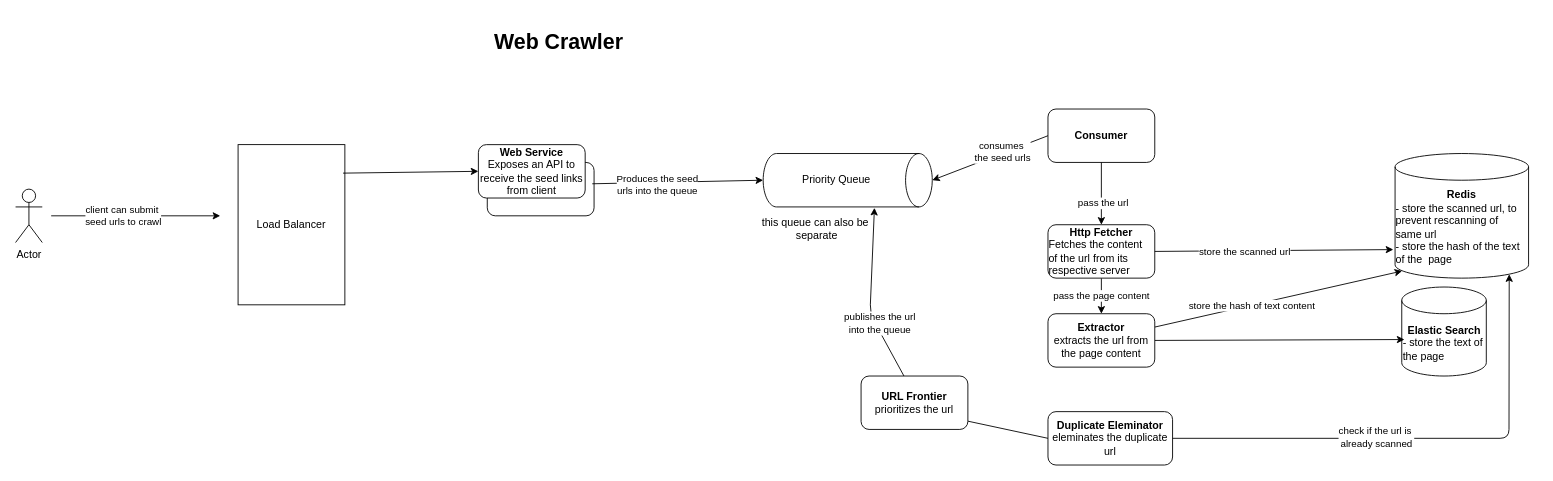
himkak/notes keeps this draw.io diagram as SystemDesign/WebCrawler/webCrawler.drawio. Above is the earlier version. Source tidied: cells renumbered, new cells numbered last; positions are measured from the earlier drawing's top-left corner, leaving out a move shared by most shapes. Both pictures are drawn from the tidied source at 89%, with x=0, y=0 at pixel (15, 20).
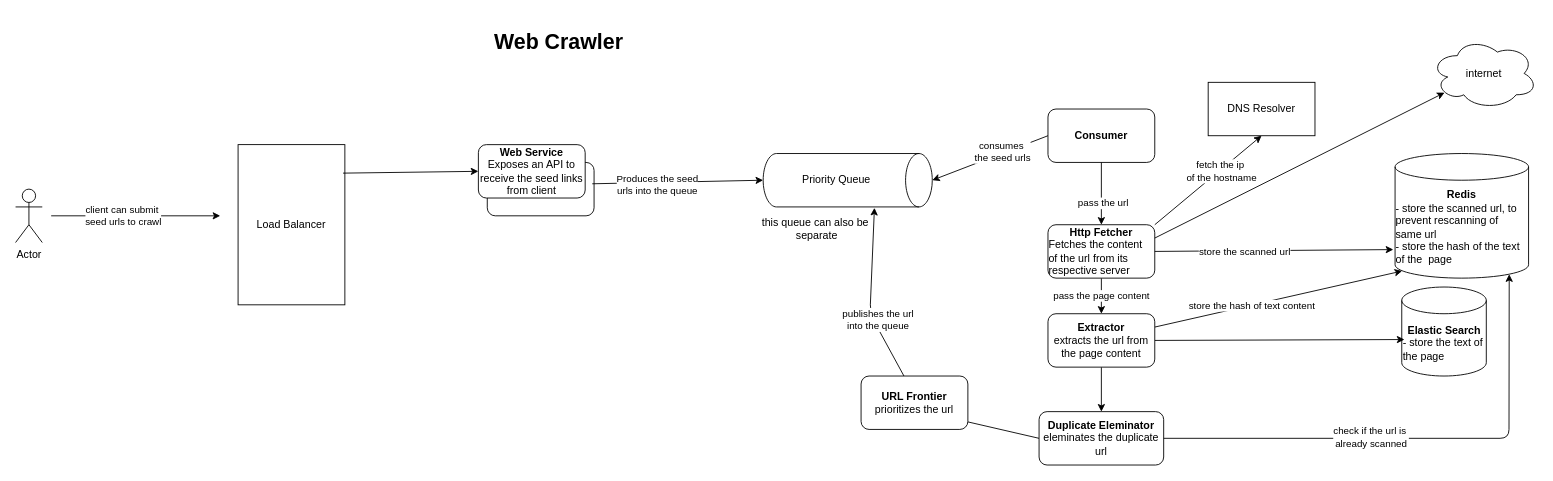
The same diagram, later.

Commit message (it also covers changes not shown here):
Himanshu | updated web crawler notes

Unchanged cells that the change refers to:
```xml
<mxCell id="26" value="&lt;b&gt;Http Fetcher&lt;/b&gt;&lt;br&gt;&lt;div style=&quot;text-align: left&quot;&gt;&lt;span&gt;Fetches the content of the url from its respective server&lt;/span&gt;&lt;/div&gt;" style="rounded=1;whiteSpace=wrap;html=1;" parent="1" vertex="1">
  <mxGeometry x="1160" y="230" width="120" height="60" as="geometry" />
</mxCell>
<mxCell id="29" value="&lt;b&gt;Extractor&lt;/b&gt;&lt;br&gt;extracts the url from the page content" style="rounded=1;whiteSpace=wrap;html=1;" parent="1" vertex="1">
  <mxGeometry x="1160" y="330" width="120" height="60" as="geometry" />
</mxCell>
```

The edit, as a diff of the source:
```diff
@@
+    <mxCell id="36" style="edgeStyle=orthogonalEdgeStyle;rounded=0;jettySize=auto;html=1;" parent="1" edge="1" source="29" target="30">
+      <mxGeometry relative="1" as="geometry" />
+    </mxCell>
@@
     <mxCell id="30" value="&lt;b&gt;Duplicate Eleminator&lt;/b&gt;&lt;br&gt;eleminates the duplicate url" style="rounded=1;whiteSpace=wrap;html=1;" parent="1" vertex="1">
-      <mxGeometry x="1160" y="440" width="140" height="60" as="geometry" />
+      <mxGeometry x="1150" y="440" width="140" height="60" as="geometry" />
     </mxCell>
@@
+    <mxCell id="37" value="DNS Resolver" style="rounded=0;whiteSpace=wrap;html=1;" parent="1" vertex="1">
+      <mxGeometry x="1340" y="70" width="120" height="60" as="geometry" />
+    </mxCell>
+    <mxCell id="38" style="endArrow=classic;html=1;entryX=0.5;entryY=1;entryDx=0;entryDy=0;exitX=1;exitY=0;exitDx=0;exitDy=0;" parent="1" edge="1" source="26" target="37">
+      <mxGeometry relative="1" as="geometry" />
+    </mxCell>
+    <mxCell id="39" value="fetch the ip&amp;nbsp;&lt;br&gt;of the hostname" style="edgeLabel;html=1;align=center;verticalAlign=middle;" parent="38" vertex="1">
+      <mxGeometry x="0.23" y="-1" relative="1" as="geometry" />
+    </mxCell>
+    <mxCell id="40" value="internet" style="ellipse;shape=cloud;whiteSpace=wrap;html=1;" parent="1" vertex="1">
+      <mxGeometry x="1590" y="20" width="120" height="80" as="geometry" />
+    </mxCell>
+    <mxCell id="41" style="endArrow=classic;html=1;exitX=1;exitY=0.25;exitDx=0;exitDy=0;entryX=0.13;entryY=0.77;entryDx=0;entryDy=0;entryPerimeter=0;" parent="1" edge="1" source="26" target="40">
+      <mxGeometry relative="1" as="geometry" />
+    </mxCell>
```
